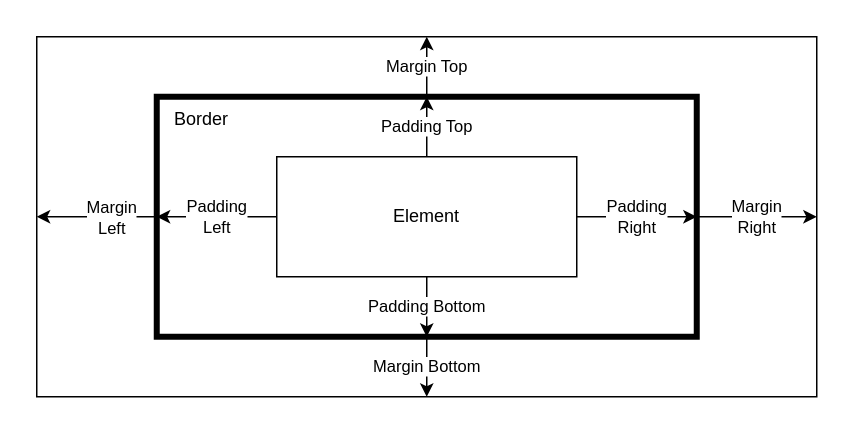
This is CSS_element.drawio from schattenbrot/draw-io, a draw.io file, before an edit. Source tidied: cells renumbered, new cells numbered last; positions are measured from the earlier drawing's top-left corner, leaving out a move shared by most shapes. Both pictures are drawn from the tidied source at 150%, with x=0, y=0 at pixel (36, 36).
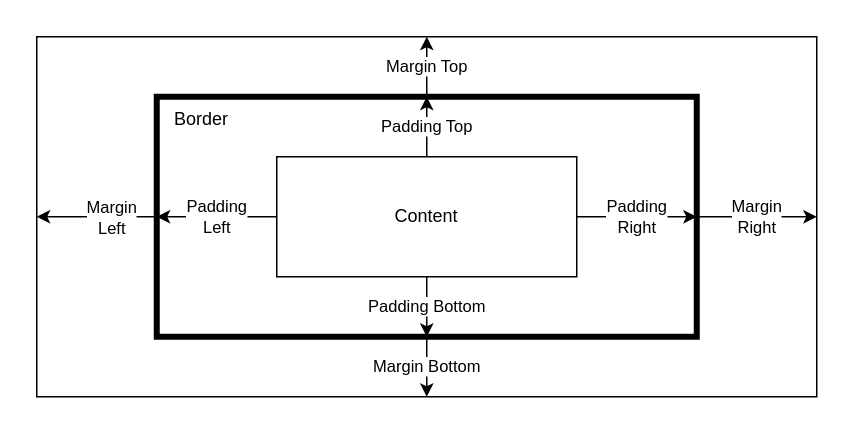
After the change.

What changed in the source:
```diff
@@
-    <mxCell id="12" value="Element" style="rounded=0;whiteSpace=wrap;html=1;" parent="1" vertex="1">
+    <mxCell id="12" value="Content" style="rounded=0;whiteSpace=wrap;html=1;" parent="1" vertex="1">
       <mxGeometry x="160" y="80" width="200" height="80" as="geometry" />
     </mxCell>
```
